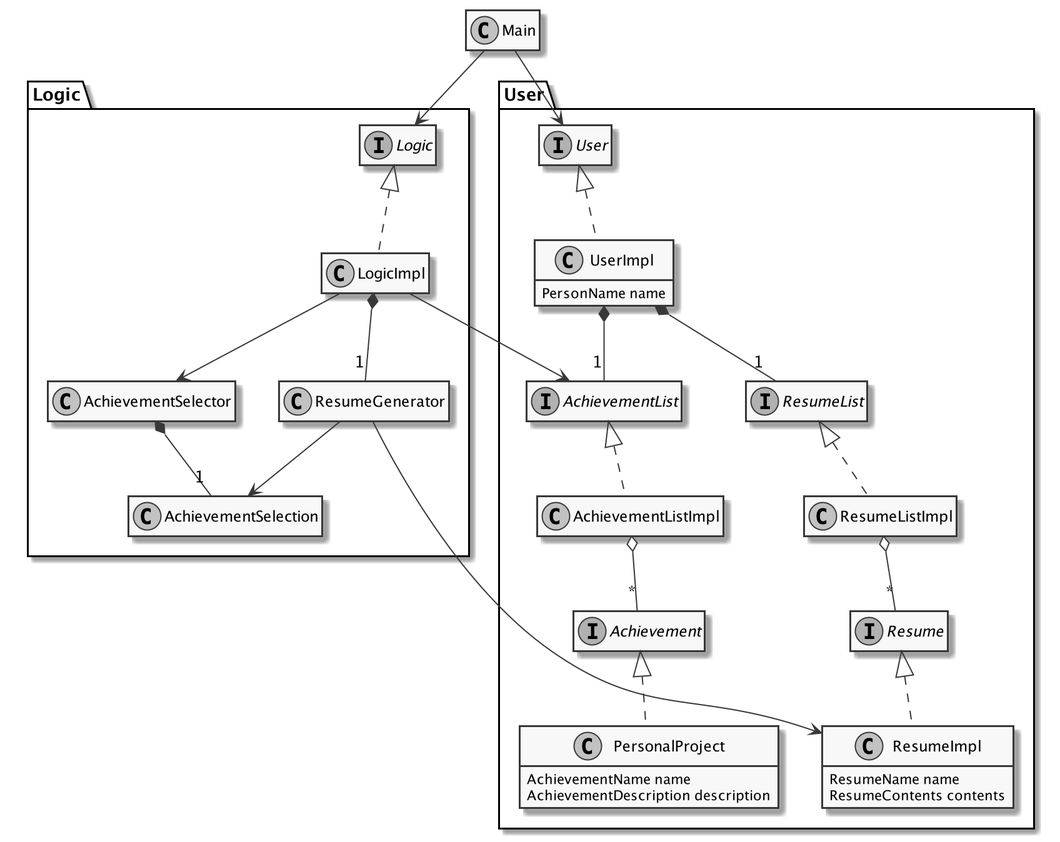
This is docs/images/BackendClassDiagram.png from marckysan/ResuMe, a PlantUML export, as it was before one commit.
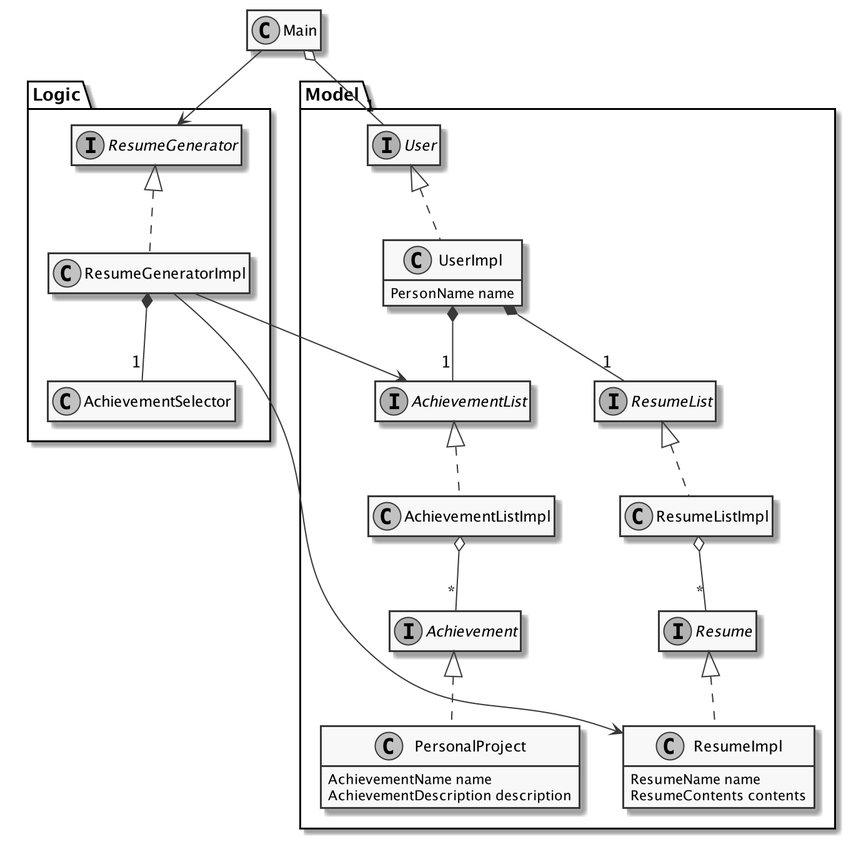
Above is the later version.

Commit message:
Add interface for ResumeGenerator

Change to the diagram source:
```diff
@@ -4,29 +4,22 @@
 hide empty members
 
 class Main
-Main --> Logic.Logic
-Main --> User.User
+Main --> Logic.ResumeGenerator
+Main o-- "1" Model.User
 
 namespace Logic {
 
-interface Logic
-class LogicImpl
-Logic <|.. LogicImpl
+interface ResumeGenerator
+class ResumeGeneratorImpl
+class AchievementSelector
 
-class ResumeGenerator
-class AchievementSelector
-LogicImpl *-- "1" ResumeGenerator
-LogicImpl --> AchievementSelector
-LogicImpl --> User.AchievementList
-
-class AchievementSelection
-AchievementSelector *-- "1" AchievementSelection
-
-ResumeGenerator --> AchievementSelection
-ResumeGenerator --> User.ResumeImpl
+ResumeGenerator <|.. ResumeGeneratorImpl
+ResumeGeneratorImpl *-- "1" AchievementSelector
+ResumeGeneratorImpl --> Model.ResumeImpl
+ResumeGeneratorImpl --> Model.AchievementList
 }
 
-namespace User {
+namespace Model {
 
 interface User
 class UserImpl {
```
